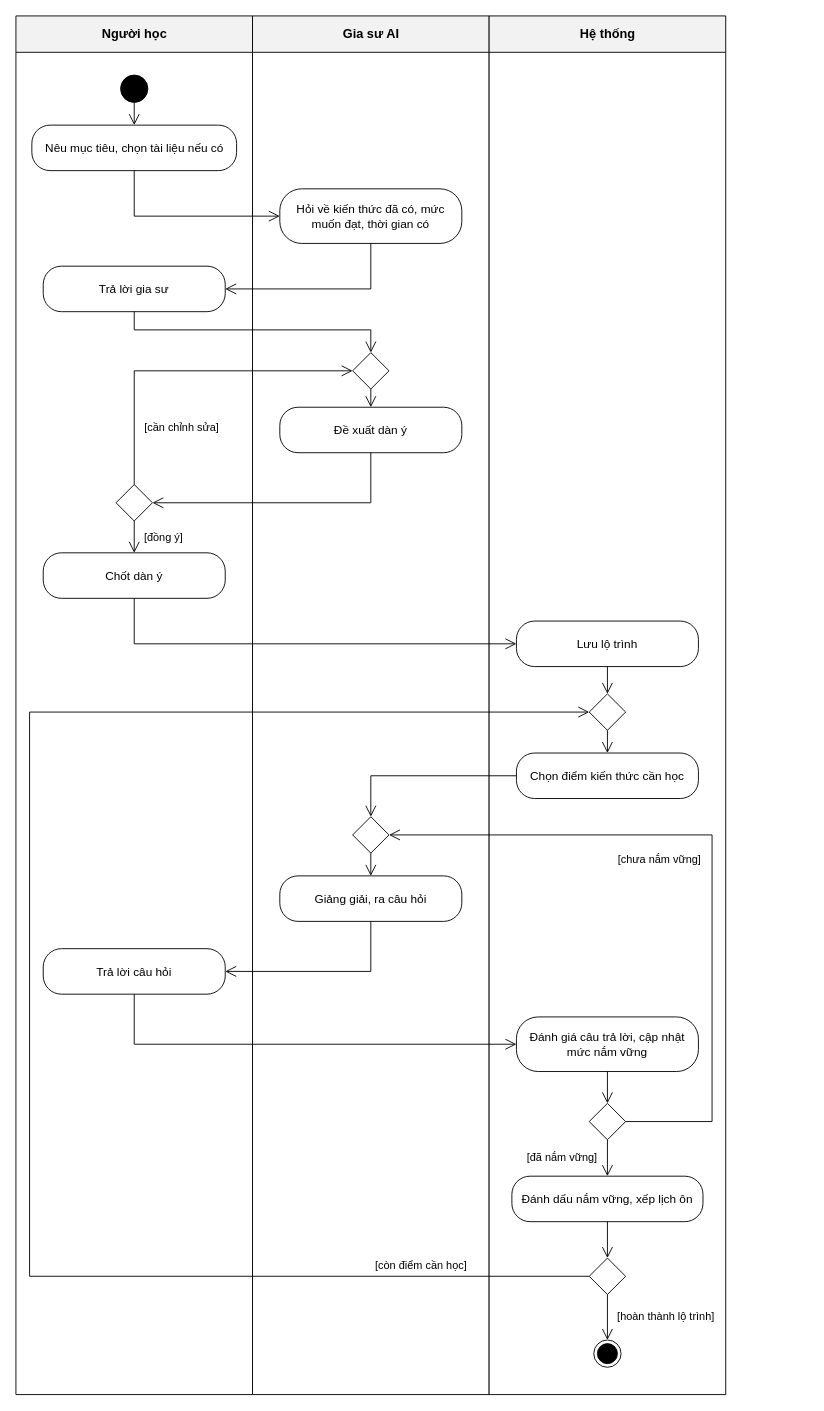
Above: report/images/hoat-dong-hoc-theo-lo-trinh.drawio in minhhai205/masterly (draw.io), before the change. Source tidied: cells renumbered, new cells numbered last; positions are measured from the earlier drawing's top-left corner, leaving out a move shared by most shapes. Both pictures are drawn from the tidied source at 91%, with x=0, y=0 at pixel (15, 15).
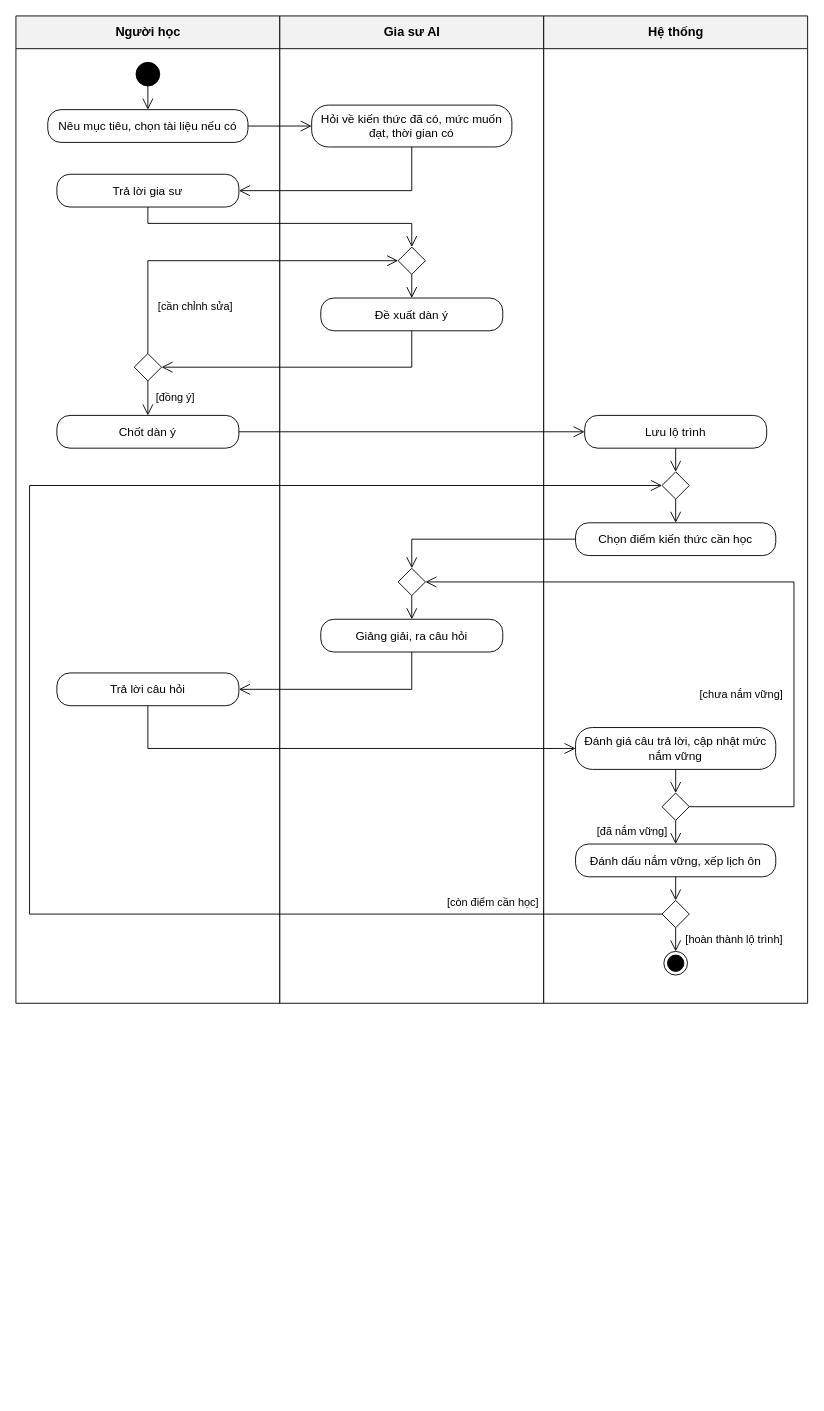
The same diagram, later.

Commit message (it also covers changes not shown here):
docs: remove outdated content from requirements analysis and update diagram

The edit, as a diff of the source:
```diff
@@
-    <mxCell id="2" value="Người học" style="swimlane;html=1;startSize=40;horizontal=1;fillColor=#f2f2f2;swimlaneFillColor=#ffffff;strokeColor=#000000;fontStyle=1;fontSize=14;fontFamily=Helvetica;" parent="1" vertex="1">
-      <mxGeometry width="260" height="1515" as="geometry" />
+    <mxCell id="2" value="Người học" style="swimlane;html=1;startSize=36;horizontal=1;fillColor=#f2f2f2;swimlaneFillColor=#ffffff;strokeColor=#000000;fontStyle=1;fontSize=14;fontFamily=Helvetica;" parent="1" vertex="1">
+      <mxGeometry width="290" height="1085" as="geometry" />
     </mxCell>
-    <mxCell id="3" value="Gia sư AI" style="swimlane;html=1;startSize=40;horizontal=1;fillColor=#f2f2f2;swimlaneFillColor=#ffffff;strokeColor=#000000;fontStyle=1;fontSize=14;fontFamily=Helvetica;" parent="1" vertex="1">
-      <mxGeometry x="260" width="260" height="1515" as="geometry" />
+    <mxCell id="3" value="Gia sư AI" style="swimlane;html=1;startSize=36;horizontal=1;fillColor=#f2f2f2;swimlaneFillColor=#ffffff;strokeColor=#000000;fontStyle=1;fontSize=14;fontFamily=Helvetica;" parent="1" vertex="1">
+      <mxGeometry x="290" width="290" height="1085" as="geometry" />
     </mxCell>
-    <mxCell id="4" value="Hệ thống" style="swimlane;html=1;startSize=40;horizontal=1;fillColor=#f2f2f2;swimlaneFillColor=#ffffff;strokeColor=#000000;fontStyle=1;fontSize=14;fontFamily=Helvetica;" parent="1" vertex="1">
-      <mxGeometry x="520" width="260" height="1515" as="geometry" />
+    <mxCell id="4" value="Hệ thống" style="swimlane;html=1;startSize=36;horizontal=1;fillColor=#f2f2f2;swimlaneFillColor=#ffffff;strokeColor=#000000;fontStyle=1;fontSize=14;fontFamily=Helvetica;" parent="1" vertex="1">
+      <mxGeometry x="580" width="290" height="1085" as="geometry" />
     </mxCell>
     <mxCell id="5" style="ellipse;html=1;fillColor=#000000;strokeColor=#000000;" parent="2" vertex="1">
-      <mxGeometry x="115" y="65" width="30" height="30" as="geometry" />
+      <mxGeometry x="132" y="51" width="26" height="26" as="geometry" />
     </mxCell>
     <mxCell id="6" value="Nêu mục tiêu, chọn tài liệu nếu có" style="rounded=1;whiteSpace=wrap;html=1;arcSize=40;fillColor=#ffffff;strokeColor=#000000;fontSize=13;fontFamily=Helvetica;" parent="2" vertex="1">
-      <mxGeometry x="17.5" y="120" width="225" height="50" as="geometry" />
+      <mxGeometry x="35" y="103" width="220" height="36" as="geometry" />
     </mxCell>
     <mxCell id="7" value="Hỏi về kiến thức đã có, mức muốn đạt, thời gian có" style="rounded=1;whiteSpace=wrap;html=1;arcSize=40;fillColor=#ffffff;strokeColor=#000000;fontSize=13;fontFamily=Helvetica;" parent="3" vertex="1">
-      <mxGeometry x="30" y="190" width="200" height="60" as="geometry" />
+      <mxGeometry x="35" y="98" width="220" height="46" as="geometry" />
     </mxCell>
     <mxCell id="8" value="Trả lời gia sư" style="rounded=1;whiteSpace=wrap;html=1;arcSize=40;fillColor=#ffffff;strokeColor=#000000;fontSize=13;fontFamily=Helvetica;" parent="2" vertex="1">
-      <mxGeometry x="30" y="275" width="200" height="50" as="geometry" />
+      <mxGeometry x="45" y="174" width="200" height="36" as="geometry" />
     </mxCell>
     <mxCell id="9" style="rhombus;html=1;fillColor=#ffffff;strokeColor=#000000;" parent="3" vertex="1">
-      <mxGeometry x="110" y="370" width="40" height="40" as="geometry" />
+      <mxGeometry x="130" y="254" width="30" height="30" as="geometry" />
     </mxCell>
     <mxCell id="10" value="Đề xuất dàn ý" style="rounded=1;whiteSpace=wrap;html=1;arcSize=40;fillColor=#ffffff;strokeColor=#000000;fontSize=13;fontFamily=Helvetica;" parent="3" vertex="1">
-      <mxGeometry x="30" y="430" width="200" height="50" as="geometry" />
+      <mxGeometry x="45" y="310" width="200" height="36" as="geometry" />
     </mxCell>
     <mxCell id="11" style="rhombus;html=1;fillColor=#ffffff;strokeColor=#000000;" parent="2" vertex="1">
-      <mxGeometry x="110" y="515" width="40" height="40" as="geometry" />
+      <mxGeometry x="130" y="371" width="30" height="30" as="geometry" />
     </mxCell>
     <mxCell id="12" value="Chốt dàn ý" style="rounded=1;whiteSpace=wrap;html=1;arcSize=40;fillColor=#ffffff;strokeColor=#000000;fontSize=13;fontFamily=Helvetica;" parent="2" vertex="1">
-      <mxGeometry x="30" y="590" width="200" height="50" as="geometry" />
+      <mxGeometry x="45" y="439" width="200" height="36" as="geometry" />
     </mxCell>
     <mxCell id="13" value="Lưu lộ trình" style="rounded=1;whiteSpace=wrap;html=1;arcSize=40;fillColor=#ffffff;strokeColor=#000000;fontSize=13;fontFamily=Helvetica;" parent="4" vertex="1">
-      <mxGeometry x="30" y="665" width="200" height="50" as="geometry" />
+      <mxGeometry x="45" y="439" width="200" height="36" as="geometry" />
     </mxCell>
     <mxCell id="14" style="rhombus;html=1;fillColor=#ffffff;strokeColor=#000000;" parent="4" vertex="1">
-      <mxGeometry x="110" y="745" width="40" height="40" as="geometry" />
+      <mxGeometry x="130" y="501" width="30" height="30" as="geometry" />
     </mxCell>
     <mxCell id="15" value="Chọn điểm kiến thức cần học" style="rounded=1;whiteSpace=wrap;html=1;arcSize=40;fillColor=#ffffff;strokeColor=#000000;fontSize=13;fontFamily=Helvetica;" parent="4" vertex="1">
-      <mxGeometry x="30" y="810" width="200" height="50" as="geometry" />
+      <mxGeometry x="35" y="557" width="220" height="36" as="geometry" />
     </mxCell>
     <mxCell id="16" style="rhombus;html=1;fillColor=#ffffff;strokeColor=#000000;" parent="3" vertex="1">
-      <mxGeometry x="110" y="880" width="40" height="40" as="geometry" />
+      <mxGeometry x="130" y="607" width="30" height="30" as="geometry" />
     </mxCell>
     <mxCell id="17" value="Giảng giải, ra câu hỏi" style="rounded=1;whiteSpace=wrap;html=1;arcSize=40;fillColor=#ffffff;strokeColor=#000000;fontSize=13;fontFamily=Helvetica;" parent="3" vertex="1">
-      <mxGeometry x="30" y="945" width="200" height="50" as="geometry" />
+      <mxGeometry x="45" y="663" width="200" height="36" as="geometry" />
     </mxCell>
     <mxCell id="18" value="Trả lời câu hỏi" style="rounded=1;whiteSpace=wrap;html=1;arcSize=40;fillColor=#ffffff;strokeColor=#000000;fontSize=13;fontFamily=Helvetica;" parent="2" vertex="1">
-      <mxGeometry x="30" y="1025" width="200" height="50" as="geometry" />
+      <mxGeometry x="45" y="722" width="200" height="36" as="geometry" />
     </mxCell>
     <mxCell id="19" value="Đánh giá câu trả lời, cập nhật mức nắm vững" style="rounded=1;whiteSpace=wrap;html=1;arcSize=40;fillColor=#ffffff;strokeColor=#000000;fontSize=13;fontFamily=Helvetica;" parent="4" vertex="1">
-      <mxGeometry x="30" y="1100" width="200" height="60" as="geometry" />
+      <mxGeometry x="35" y="782" width="220" height="46" as="geometry" />
     </mxCell>
     <mxCell id="20" style="rhombus;html=1;fillColor=#ffffff;strokeColor=#000000;" parent="4" vertex="1">
-      <mxGeometry x="110" y="1195" width="40" height="40" as="geometry" />
+      <mxGeometry x="130" y="854" width="30" height="30" as="geometry" />
     </mxCell>
     <mxCell id="21" value="Đánh dấu nắm vững, xếp lịch ôn" style="rounded=1;whiteSpace=wrap;html=1;arcSize=40;fillColor=#ffffff;strokeColor=#000000;fontSize=13;fontFamily=Helvetica;" parent="4" vertex="1">
-      <mxGeometry x="25" y="1275" width="210" height="50" as="geometry" />
+      <mxGeometry x="35" y="910" width="220" height="36" as="geometry" />
     </mxCell>
     <mxCell id="22" style="rhombus;html=1;fillColor=#ffffff;strokeColor=#000000;" parent="4" vertex="1">
-      <mxGeometry x="110" y="1365" width="40" height="40" as="geometry" />
+      <mxGeometry x="130" y="972" width="30" height="30" as="geometry" />
     </mxCell>
     <mxCell id="23" style="ellipse;html=1;shape=endState;fillColor=#000000;strokeColor=#000000;" parent="4" vertex="1">
-      <mxGeometry x="115" y="1455" width="30" height="30" as="geometry" />
+      <mxGeometry x="132" y="1028" width="26" height="26" as="geometry" />
     </mxCell>
@@
-    <mxCell id="25" style="edgeStyle=orthogonalEdgeStyle;rounded=0;html=1;endArrow=open;endSize=10;strokeColor=#000000;fontSize=12;fontFamily=Helvetica;labelBackgroundColor=#ffffff;exitX=0.5;exitY=1;exitDx=0;exitDy=0;entryX=0;entryY=0.5;entryDx=0;entryDy=0;" parent="1" edge="1" source="6" target="7">
-      <mxGeometry relative="1" as="geometry">
-        <Array as="points">
-          <mxPoint x="130" y="220" />
-        </Array>
-      </mxGeometry>
+    <mxCell id="25" style="edgeStyle=orthogonalEdgeStyle;rounded=0;html=1;endArrow=open;endSize=10;strokeColor=#000000;fontSize=12;fontFamily=Helvetica;labelBackgroundColor=#ffffff;exitX=1;exitY=0.5;exitDx=0;exitDy=0;entryX=0;entryY=0.5;entryDx=0;entryDy=0;" parent="1" edge="1" source="6" target="7">
+      <mxGeometry relative="1" as="geometry" />
     </mxCell>
     <mxCell id="26" style="edgeStyle=orthogonalEdgeStyle;rounded=0;html=1;endArrow=open;endSize=10;strokeColor=#000000;fontSize=12;fontFamily=Helvetica;labelBackgroundColor=#ffffff;exitX=0.5;exitY=1;exitDx=0;exitDy=0;entryX=1;entryY=0.5;entryDx=0;entryDy=0;" parent="1" edge="1" source="7" target="8">
       <mxGeometry relative="1" as="geometry">
         <Array as="points">
-          <mxPoint x="390" y="300" />
+          <mxPoint x="435" y="192" />
         </Array>
       </mxGeometry>
     </mxCell>
     <mxCell id="27" style="edgeStyle=orthogonalEdgeStyle;rounded=0;html=1;endArrow=open;endSize=10;strokeColor=#000000;fontSize=12;fontFamily=Helvetica;labelBackgroundColor=#ffffff;exitX=0.5;exitY=1;exitDx=0;exitDy=0;entryX=0.5;entryY=0;entryDx=0;entryDy=0;" parent="1" edge="1" source="8" target="9">
       <mxGeometry relative="1" as="geometry">
         <Array as="points">
-          <mxPoint x="130" y="345" />
-          <mxPoint x="390" y="345" />
+          <mxPoint x="145" y="228" />
+          <mxPoint x="435" y="228" />
         </Array>
       </mxGeometry>
     </mxCell>
@@
     <mxCell id="29" style="edgeStyle=orthogonalEdgeStyle;rounded=0;html=1;endArrow=open;endSize=10;strokeColor=#000000;fontSize=12;fontFamily=Helvetica;labelBackgroundColor=#ffffff;exitX=0.5;exitY=1;exitDx=0;exitDy=0;entryX=1;entryY=0.5;entryDx=0;entryDy=0;" parent="1" edge="1" source="10" target="11">
       <mxGeometry relative="1" as="geometry">
         <Array as="points">
-          <mxPoint x="390" y="535" />
+          <mxPoint x="435" y="386" />
         </Array>
       </mxGeometry>
     </mxCell>
     <mxCell id="30" value="[cần chỉnh sửa]" style="edgeStyle=orthogonalEdgeStyle;rounded=0;html=1;endArrow=open;endSize=10;strokeColor=#000000;fontSize=12;fontFamily=Helvetica;labelBackgroundColor=#ffffff;exitX=0.5;exitY=0;exitDx=0;exitDy=0;entryX=0;entryY=0.5;entryDx=0;entryDy=0;" parent="1" edge="1" source="11" target="9">
-      <mxGeometry x="-0.66" relative="1" as="geometry">
+      <mxGeometry x="-0.73" relative="1" as="geometry">
         <Array as="points">
-          <mxPoint x="130" y="390" />
+          <mxPoint x="145" y="269" />
         </Array>
         <mxPoint x="52" as="offset" />
       </mxGeometry>
     </mxCell>
     <mxCell id="31" value="[đồng ý]" style="edgeStyle=orthogonalEdgeStyle;rounded=0;html=1;endArrow=open;endSize=10;strokeColor=#000000;fontSize=12;fontFamily=Helvetica;labelBackgroundColor=#ffffff;exitX=0.5;exitY=1;exitDx=0;exitDy=0;entryX=0.5;entryY=0;entryDx=0;entryDy=0;" parent="1" edge="1" source="11" target="12">
       <mxGeometry relative="1" as="geometry">
-        <mxPoint x="32" as="offset" />
+        <mxPoint x="30" as="offset" />
       </mxGeometry>
     </mxCell>
-    <mxCell id="32" style="edgeStyle=orthogonalEdgeStyle;rounded=0;html=1;endArrow=open;endSize=10;strokeColor=#000000;fontSize=12;fontFamily=Helvetica;labelBackgroundColor=#ffffff;exitX=0.5;exitY=1;exitDx=0;exitDy=0;entryX=0;entryY=0.5;entryDx=0;entryDy=0;" parent="1" edge="1" source="12" target="13">
-      <mxGeometry relative="1" as="geometry">
-        <Array as="points">
-          <mxPoint x="130" y="690" />
-        </Array>
-      </mxGeometry>
+    <mxCell id="32" style="edgeStyle=orthogonalEdgeStyle;rounded=0;html=1;endArrow=open;endSize=10;strokeColor=#000000;fontSize=12;fontFamily=Helvetica;labelBackgroundColor=#ffffff;exitX=1;exitY=0.5;exitDx=0;exitDy=0;entryX=0;entryY=0.5;entryDx=0;entryDy=0;" parent="1" edge="1" source="12" target="13">
+      <mxGeometry relative="1" as="geometry" />
     </mxCell>
@@
     <mxCell id="35" style="edgeStyle=orthogonalEdgeStyle;rounded=0;html=1;endArrow=open;endSize=10;strokeColor=#000000;fontSize=12;fontFamily=Helvetica;labelBackgroundColor=#ffffff;exitX=0;exitY=0.5;exitDx=0;exitDy=0;entryX=0.5;entryY=0;entryDx=0;entryDy=0;" parent="1" edge="1" source="15" target="16">
       <mxGeometry relative="1" as="geometry">
         <Array as="points">
-          <mxPoint x="390" y="835" />
+          <mxPoint x="435" y="575" />
         </Array>
       </mxGeometry>
     </mxCell>
@@
     <mxCell id="37" style="edgeStyle=orthogonalEdgeStyle;rounded=0;html=1;endArrow=open;endSize=10;strokeColor=#000000;fontSize=12;fontFamily=Helvetica;labelBackgroundColor=#ffffff;exitX=0.5;exitY=1;exitDx=0;exitDy=0;entryX=1;entryY=0.5;entryDx=0;entryDy=0;" parent="1" edge="1" source="17" target="18">
       <mxGeometry relative="1" as="geometry">
         <Array as="points">
-          <mxPoint x="390" y="1050" />
+          <mxPoint x="435" y="740" />
         </Array>
       </mxGeometry>
     </mxCell>
     <mxCell id="38" style="edgeStyle=orthogonalEdgeStyle;rounded=0;html=1;endArrow=open;endSize=10;strokeColor=#000000;fontSize=12;fontFamily=Helvetica;labelBackgroundColor=#ffffff;exitX=0.5;exitY=1;exitDx=0;exitDy=0;entryX=0;entryY=0.5;entryDx=0;entryDy=0;" parent="1" edge="1" source="18" target="19">
       <mxGeometry relative="1" as="geometry">
         <Array as="points">
-          <mxPoint x="130" y="1130" />
+          <mxPoint x="145" y="805" />
         </Array>
       </mxGeometry>
     </mxCell>
@@
     <mxCell id="40" value="[chưa nắm vững]" style="edgeStyle=orthogonalEdgeStyle;rounded=0;html=1;endArrow=open;endSize=10;strokeColor=#000000;fontSize=12;fontFamily=Helvetica;labelBackgroundColor=#ffffff;exitX=1;exitY=0.5;exitDx=0;exitDy=0;entryX=1;entryY=0.5;entryDx=0;entryDy=0;" parent="1" edge="1" source="20" target="16">
-      <mxGeometry relative="1" as="geometry">
+      <mxGeometry x="-0.38" relative="1" as="geometry">
         <Array as="points">
-          <mxPoint x="765" y="1215" />
-          <mxPoint x="765" y="900" />
+          <mxPoint x="855" y="869" />
+          <mxPoint x="855" y="622" />
         </Array>
         <mxPoint x="-58" as="offset" />
       </mxGeometry>
     </mxCell>
     <mxCell id="41" value="[đã nắm vững]" style="edgeStyle=orthogonalEdgeStyle;rounded=0;html=1;endArrow=open;endSize=10;strokeColor=#000000;fontSize=12;fontFamily=Helvetica;labelBackgroundColor=#ffffff;exitX=0.5;exitY=1;exitDx=0;exitDy=0;entryX=0.5;entryY=0;entryDx=0;entryDy=0;" parent="1" edge="1" source="20" target="21">
       <mxGeometry relative="1" as="geometry">
-        <mxPoint x="-50" as="offset" />
+        <mxPoint x="-48" as="offset" />
       </mxGeometry>
     </mxCell>
@@
     <mxCell id="43" value="[còn điểm cần học]" style="edgeStyle=orthogonalEdgeStyle;rounded=0;html=1;endArrow=open;endSize=10;strokeColor=#000000;fontSize=12;fontFamily=Helvetica;labelBackgroundColor=#ffffff;exitX=0;exitY=0.5;exitDx=0;exitDy=0;entryX=0;entryY=0.5;entryDx=0;entryDy=0;" parent="1" edge="1" source="22" target="14">
       <mxGeometry x="-0.8" relative="1" as="geometry">
         <Array as="points">
-          <mxPoint x="15" y="1385" />
-          <mxPoint x="15" y="765" />
+          <mxPoint x="15" y="987" />
+          <mxPoint x="15" y="516" />
         </Array>
         <mxPoint y="-12" as="offset" />
       </mxGeometry>
     </mxCell>
```
